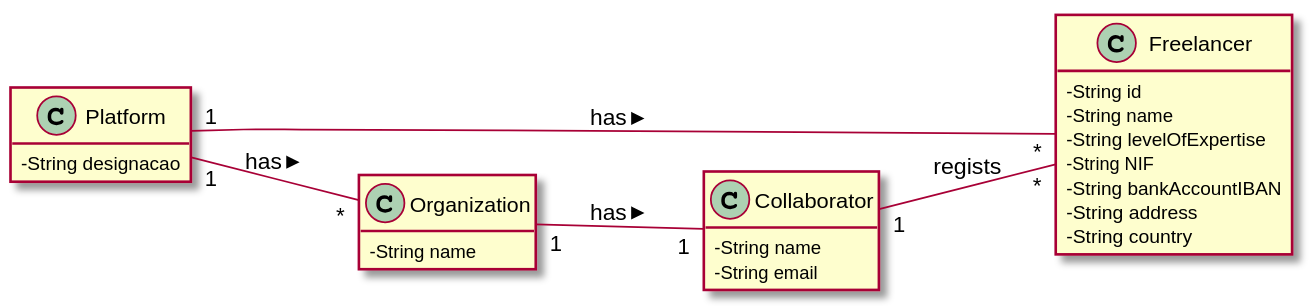
Earlier version of the PlantUML export LAPR2-2020-G010-Application/docs/usecases/UC1/UC01_MD.svg (LourencoMelo/ISEP-LAPR2).
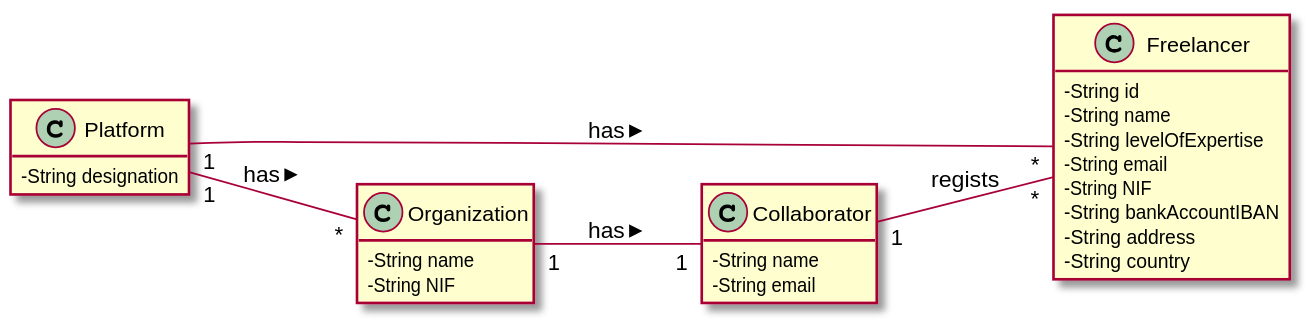
Later version of the same file.

What changed in the source:
```diff
@@ -4,7 +4,7 @@
 left to right direction
 
 class Platform {
-  -String designacao
+  -String designation
 }
 
 class Collaborator{
@@ -15,6 +15,7 @@
   -String id
   -String name
   -String levelOfExpertise
+  -String email
   -String NIF
   -String bankAccountIBAN
   -String address
@@ -23,6 +24,7 @@
 
 class Organization{
   -String name
+  -String NIF
 }
 
 
```
